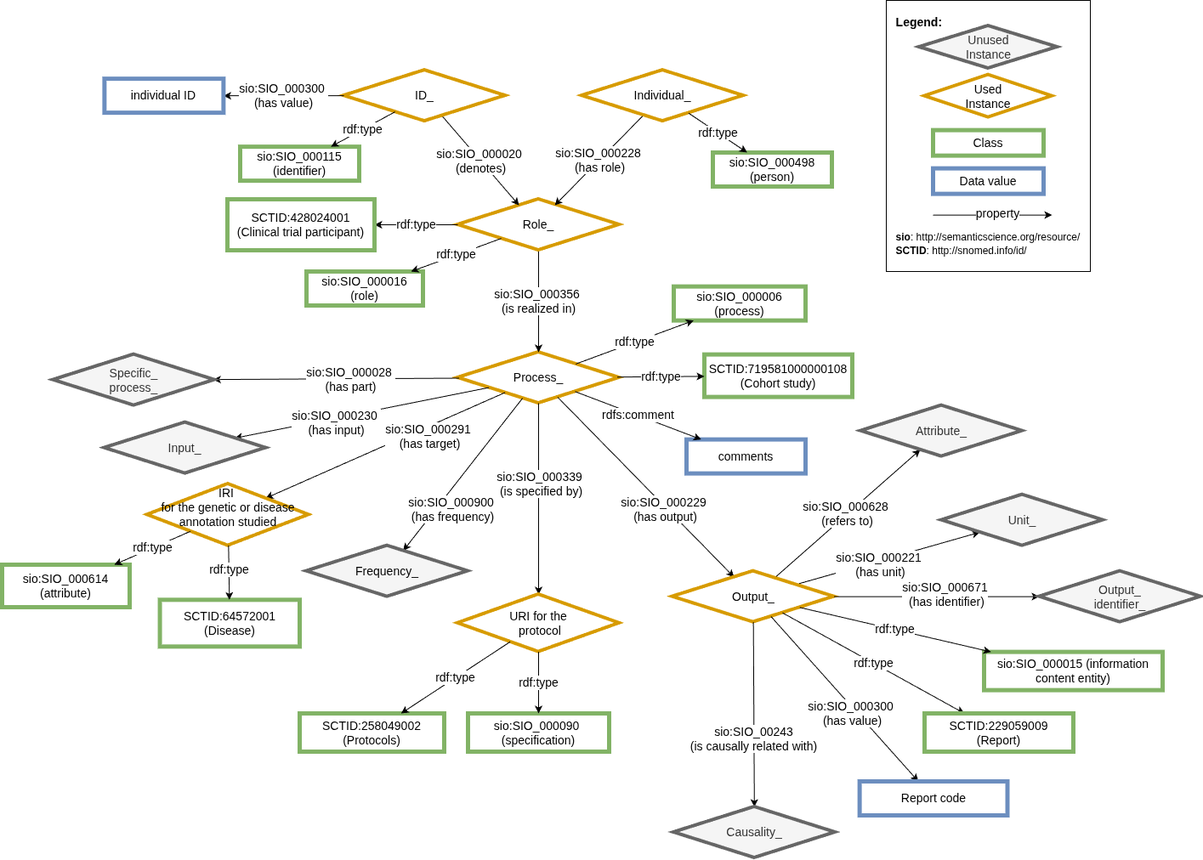
Before: images/snomed/CARE-SM-snomed-Cohort.drawio.png, a diagram exported from draw.io (CARE-SM/CARE-Semantic-Model). Source tidied: cells renumbered, new cells last; positions are measured from the earlier drawing's top-left corner, leaving out a move shared by most shapes.
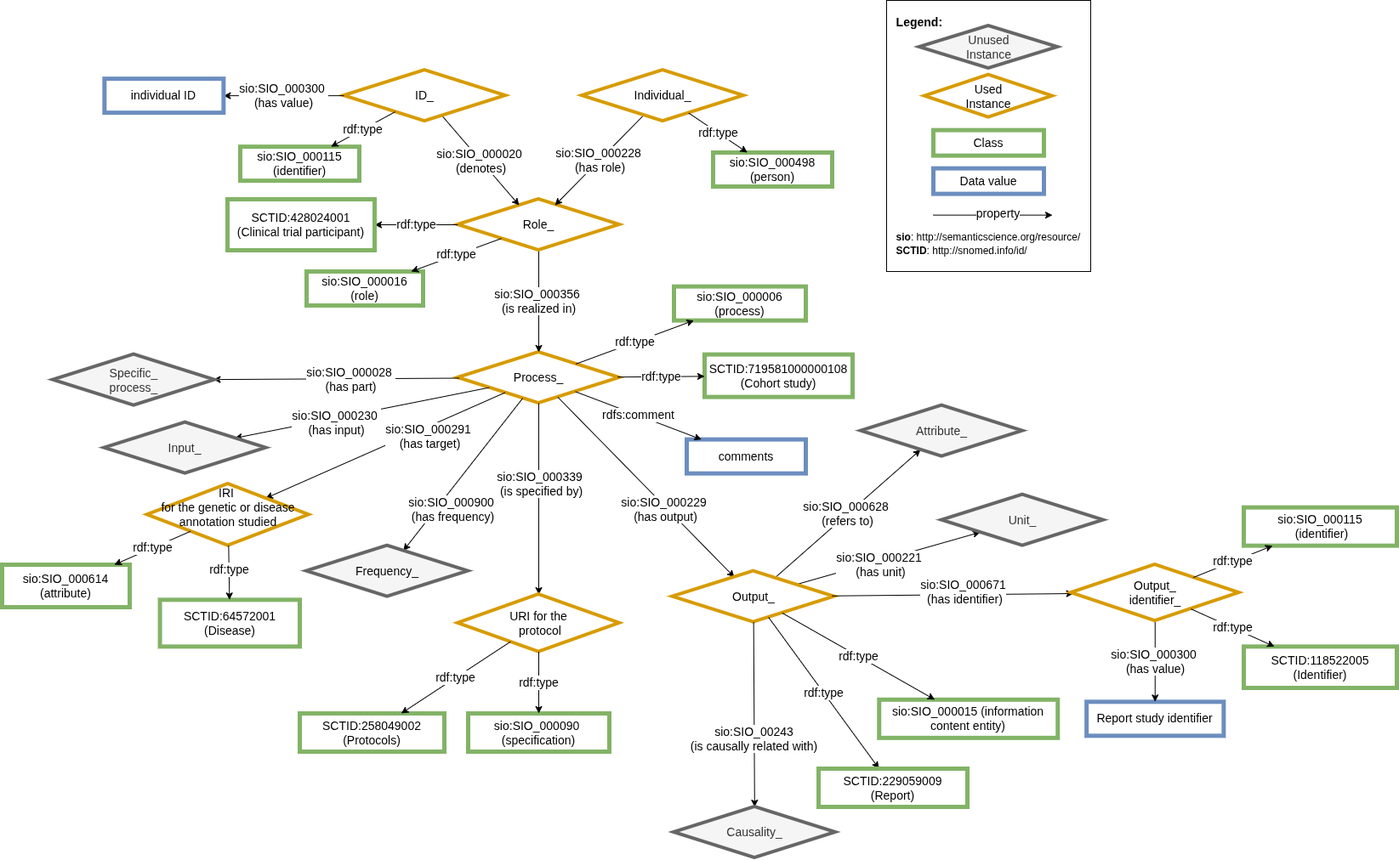
The same file after the commit.

Commit message:
Output identifier added

Diff of the diagram source:
```diff
@@ -95,23 +95,17 @@
       <mxGeometry x="788.5" y="671.6" width="190" height="60" as="geometry" />
     </mxCell>
     <mxCell id="30" value="&lt;font style=&quot;font-size: 14px;&quot;&gt;sio:SIO_000015 (information content entity)&lt;/font&gt;" style="whiteSpace=wrap;html=1;fillColor=#FFFFFF;strokeColor=#82b366;strokeWidth=5;fontSize=14;" parent="1" vertex="1">
-      <mxGeometry x="1155" y="766.6" width="210" height="45" as="geometry" />
+      <mxGeometry x="1031.2" y="822.8" width="210" height="45" as="geometry" />
     </mxCell>
     <mxCell id="31" value="rdf:type" style="edgeStyle=none;rounded=0;jettySize=auto;html=1;fontSize=14;" parent="1" edge="1" source="29" target="32">
       <mxGeometry relative="1" as="geometry" />
     </mxCell>
     <mxCell id="32" value="SCTID:229059009&lt;div&gt;(Report)&lt;/div&gt;" style="whiteSpace=wrap;html=1;fillColor=#FFFFFF;strokeColor=#82b366;strokeWidth=5;fontSize=14;" parent="1" vertex="1">
-      <mxGeometry x="1085" y="839" width="175" height="45" as="geometry" />
+      <mxGeometry x="960" y="904" width="175" height="45" as="geometry" />
     </mxCell>
     <mxCell id="33" value="rdf:type" style="edgeStyle=none;rounded=0;jettySize=auto;html=1;fontSize=14;" parent="1" edge="1" source="29" target="30">
       <mxGeometry relative="1" as="geometry" />
     </mxCell>
-    <mxCell id="34" value="sio:SIO_000300&amp;nbsp;&lt;div&gt;(has value)&lt;/div&gt;" style="rounded=0;jettySize=auto;html=1;fontSize=14;" parent="1" edge="1" source="29" target="35">
-      <mxGeometry x="0.14" y="-5" relative="1" as="geometry" />
-    </mxCell>
-    <mxCell id="35" value="Report code" style="whiteSpace=wrap;html=1;fillColor=#FFFFFF;strokeColor=#6c8ebf;strokeWidth=5;fontSize=14;" parent="1" vertex="1">
-      <mxGeometry x="1008.6" y="919" width="173.9" height="40" as="geometry" />
-    </mxCell>
     <mxCell id="36" style="edgeStyle=none;rounded=0;jettySize=auto;html=1;strokeWidth=1;fontSize=14;" parent="1" edge="1" source="3" target="58">
       <mxGeometry relative="1" as="geometry" />
     </mxCell>
@@ -206,9 +200,6 @@
     <mxCell id="63" value="sio:SIO_000671&lt;div&gt;&amp;nbsp;(has identifier)&lt;/div&gt;" style="rounded=0;jettySize=auto;html=1;fontSize=14;" parent="1" edge="1" source="29" target="64">
       <mxGeometry x="0.08" y="3" relative="1" as="geometry" />
     </mxCell>
-    <mxCell id="64" value="Output_&lt;div&gt;identifier_&lt;/div&gt;" style="rhombus;whiteSpace=wrap;html=1;fillColor=#f5f5f5;strokeColor=#666666;perimeter=rhombusPerimeter;arcSize=20;comic=0;enumerate=0;strokeWidth=4;rounded=0;fontSize=14;fontColor=#333333;" parent="1" vertex="1">
-      <mxGeometry x="1220" y="671.6" width="190" height="60" as="geometry" />
-    </mxCell>
     <mxCell id="65" value="&lt;div style=&quot;text-align: left; font-size: 14px;&quot;&gt;&lt;span style=&quot;background-color: initial; font-size: 14px;&quot;&gt;&lt;b style=&quot;font-size: 14px;&quot;&gt;&lt;font style=&quot;font-size: 14px;&quot;&gt;Legend:&lt;/font&gt;&lt;/b&gt;&lt;/span&gt;&lt;/div&gt;&lt;div style=&quot;text-align: left; font-size: 14px;&quot;&gt;&lt;span style=&quot;background-color: initial; font-size: 14px;&quot;&gt;&lt;br style=&quot;font-size: 14px;&quot;&gt;&lt;/span&gt;&lt;/div&gt;&lt;div style=&quot;text-align: left; font-size: 14px;&quot;&gt;&lt;span style=&quot;background-color: initial; font-size: 14px;&quot;&gt;&lt;br style=&quot;font-size: 14px;&quot;&gt;&lt;/span&gt;&lt;/div&gt;&lt;div style=&quot;text-align: left; font-size: 14px;&quot;&gt;&lt;span style=&quot;background-color: initial; font-size: 14px;&quot;&gt;&lt;br style=&quot;font-size: 14px;&quot;&gt;&lt;/span&gt;&lt;/div&gt;&lt;div style=&quot;text-align: left; font-size: 14px;&quot;&gt;&lt;br style=&quot;font-size: 14px;&quot;&gt;&lt;/div&gt;&lt;div style=&quot;text-align: left; font-size: 14px;&quot;&gt;&lt;br style=&quot;font-size: 14px;&quot;&gt;&lt;/div&gt;&lt;div style=&quot;text-align: left; font-size: 14px;&quot;&gt;&lt;br style=&quot;font-size: 14px;&quot;&gt;&lt;/div&gt;&lt;div style=&quot;text-align: left; font-size: 14px;&quot;&gt;&lt;br&gt;&lt;/div&gt;&lt;div style=&quot;text-align: left; font-size: 14px;&quot;&gt;&lt;br style=&quot;font-size: 14px;&quot;&gt;&lt;/div&gt;&lt;div style=&quot;text-align: left; font-size: 14px;&quot;&gt;&lt;br&gt;&lt;/div&gt;&lt;div style=&quot;text-align: left; font-size: 14px;&quot;&gt;&lt;br&gt;&lt;/div&gt;&lt;div style=&quot;text-align: left; font-size: 14px;&quot;&gt;&lt;br&gt;&lt;/div&gt;&lt;div style=&quot;text-align: left; font-size: 14px;&quot;&gt;&lt;br&gt;&lt;/div&gt;&lt;div style=&quot;text-align: left; font-size: 14px;&quot;&gt;&lt;span style=&quot;background-color: initial; font-size: 14px;&quot;&gt;&lt;br style=&quot;font-size: 14px;&quot;&gt;&lt;/span&gt;&lt;/div&gt;&lt;div style=&quot;text-align: left; font-size: 14px;&quot;&gt;&lt;span style=&quot;background-color: initial; font-size: 14px;&quot;&gt;&lt;br style=&quot;font-size: 14px;&quot;&gt;&lt;/span&gt;&lt;/div&gt;&lt;div style=&quot;text-align: left; font-size: 14px;&quot;&gt;&lt;b style=&quot;background-color: transparent; color: light-dark(rgb(0, 0, 0), rgb(255, 255, 255)); font-size: 12px; text-align: center;&quot;&gt;sio&lt;/b&gt;&lt;span style=&quot;background-color: transparent; color: light-dark(rgb(0, 0, 0), rgb(255, 255, 255)); font-size: 12px; text-align: center;&quot;&gt;: http://semanticscience.org/resource/&lt;/span&gt;&lt;/div&gt;&lt;div style=&quot;text-align: left;&quot;&gt;&lt;span style=&quot;color: light-dark(rgb(0, 0, 0), rgb(255, 255, 255)); background-color: initial; font-size: 12px;&quot;&gt;&lt;b&gt;SCTID&lt;/b&gt;:&amp;nbsp;&lt;/span&gt;&lt;span style=&quot;color: light-dark(rgb(0, 0, 0), rgb(255, 255, 255)); background-color: transparent; font-size: 12px; text-align: center;&quot;&gt;http://snomed.info/id/&lt;/span&gt;&lt;/div&gt;" style="rounded=0;whiteSpace=wrap;html=1;fontSize=14;" parent="1" vertex="1">
       <mxGeometry x="1040" width="240" height="319" as="geometry" />
     </mxCell>
@@ -230,5 +221,26 @@
     <mxCell id="70" value="Unused&lt;div&gt;Instance&lt;/div&gt;" style="rhombus;whiteSpace=wrap;html=1;fillColor=#f5f5f5;strokeColor=#666666;perimeter=rhombusPerimeter;arcSize=20;comic=0;enumerate=0;strokeWidth=4;rounded=0;fontSize=14;fontColor=#333333;" parent="1" vertex="1">
       <mxGeometry x="1078.8" y="30" width="162.5" height="50" as="geometry" />
     </mxCell>
+    <mxCell id="71" value="Report study identifier" style="whiteSpace=wrap;html=1;fillColor=#FFFFFF;strokeColor=#6c8ebf;strokeWidth=5;fontSize=14;" parent="1" vertex="1">
+      <mxGeometry x="1275.1" y="825.3" width="161.2" height="40" as="geometry" />
+    </mxCell>
+    <mxCell id="34" value="sio:SIO_000300&amp;nbsp;&lt;div&gt;(has value)&lt;/div&gt;" style="rounded=0;jettySize=auto;html=1;fontSize=14;" parent="1" edge="1" source="64" target="71">
+      <mxGeometry relative="1" as="geometry" />
+    </mxCell>
+    <mxCell id="64" value="&lt;div&gt;Output_&lt;/div&gt;&lt;div&gt;identifier_&lt;/div&gt;" style="rhombus;whiteSpace=wrap;html=1;fillColor=#FFFFFF;strokeColor=#D79B00;perimeter=rhombusPerimeter;arcSize=20;comic=0;enumerate=0;strokeWidth=4;rounded=0;fontSize=14;" parent="1" vertex="1">
+      <mxGeometry x="1257" y="664" width="197.5" height="66.2" as="geometry" />
+    </mxCell>
+    <mxCell id="72" value="sio:SIO_000115&lt;div&gt;&amp;nbsp;(identifier)&lt;/div&gt;" style="whiteSpace=wrap;html=1;fillColor=#FFFFFF;strokeColor=#82b366;strokeWidth=5;fontSize=14;" parent="1" vertex="1">
+      <mxGeometry x="1460" y="596.6" width="180" height="45" as="geometry" />
+    </mxCell>
+    <mxCell id="73" value="&lt;div&gt;SCTID:118522005&lt;/div&gt;&lt;div&gt;&lt;span style=&quot;background-color: transparent; color: light-dark(rgb(0, 0, 0), rgb(255, 255, 255));&quot;&gt;(&lt;/span&gt;&lt;span style=&quot;background-color: transparent;&quot;&gt;Identifier&lt;/span&gt;&lt;span style=&quot;background-color: transparent; color: light-dark(rgb(0, 0, 0), rgb(255, 255, 255));&quot;&gt;)&lt;/span&gt;&lt;/div&gt;" style="whiteSpace=wrap;html=1;fillColor=#FFFFFF;strokeColor=#82b366;strokeWidth=5;fontSize=14;" parent="1" vertex="1">
+      <mxGeometry x="1460" y="760.3" width="180" height="48.7" as="geometry" />
+    </mxCell>
+    <mxCell id="74" value="rdf:type" style="edgeStyle=none;rounded=0;jettySize=auto;html=1;fontSize=14;" parent="1" edge="1" source="64" target="73">
+      <mxGeometry relative="1" as="geometry" />
+    </mxCell>
+    <mxCell id="75" value="rdf:type" style="edgeStyle=none;rounded=0;jettySize=auto;html=1;fontSize=14;" parent="1" edge="1" source="64" target="72">
+      <mxGeometry relative="1" as="geometry" />
+    </mxCell>
   </root>
 </mxGraphModel>
```
